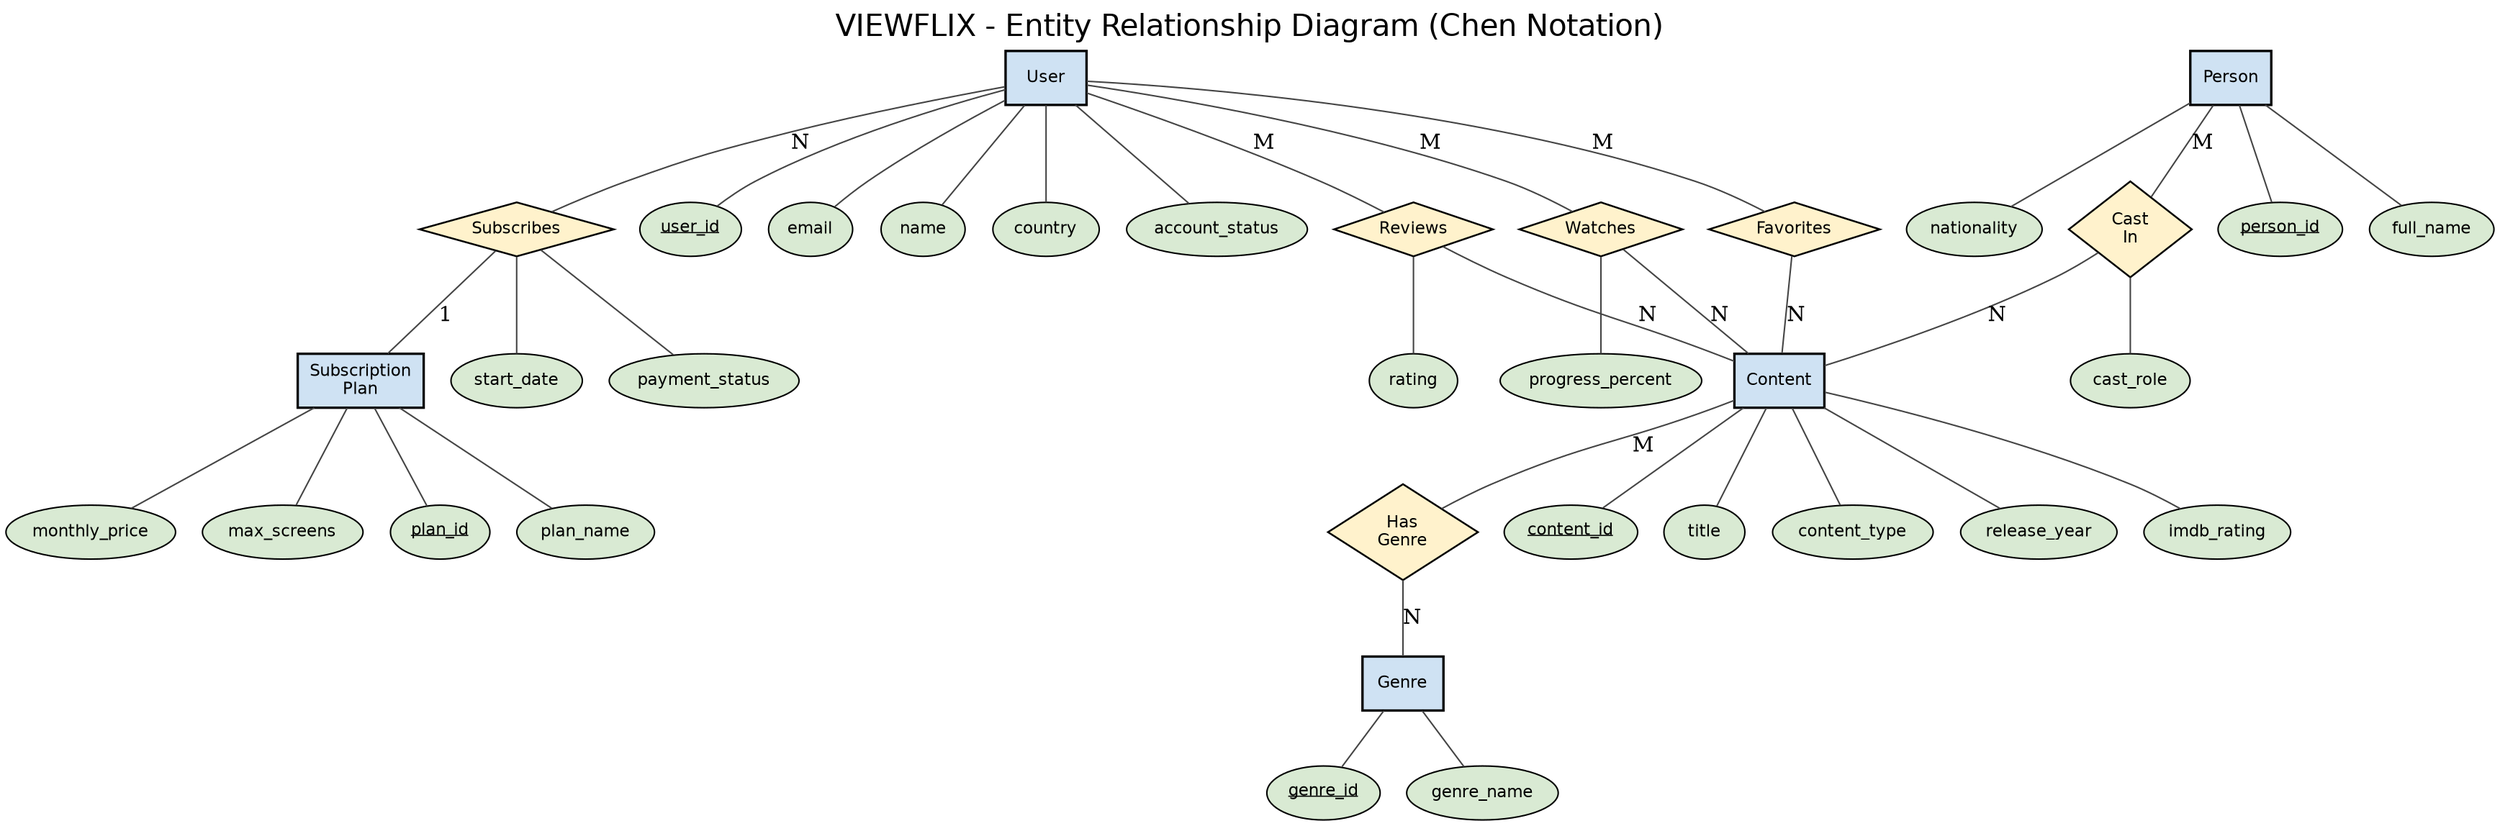
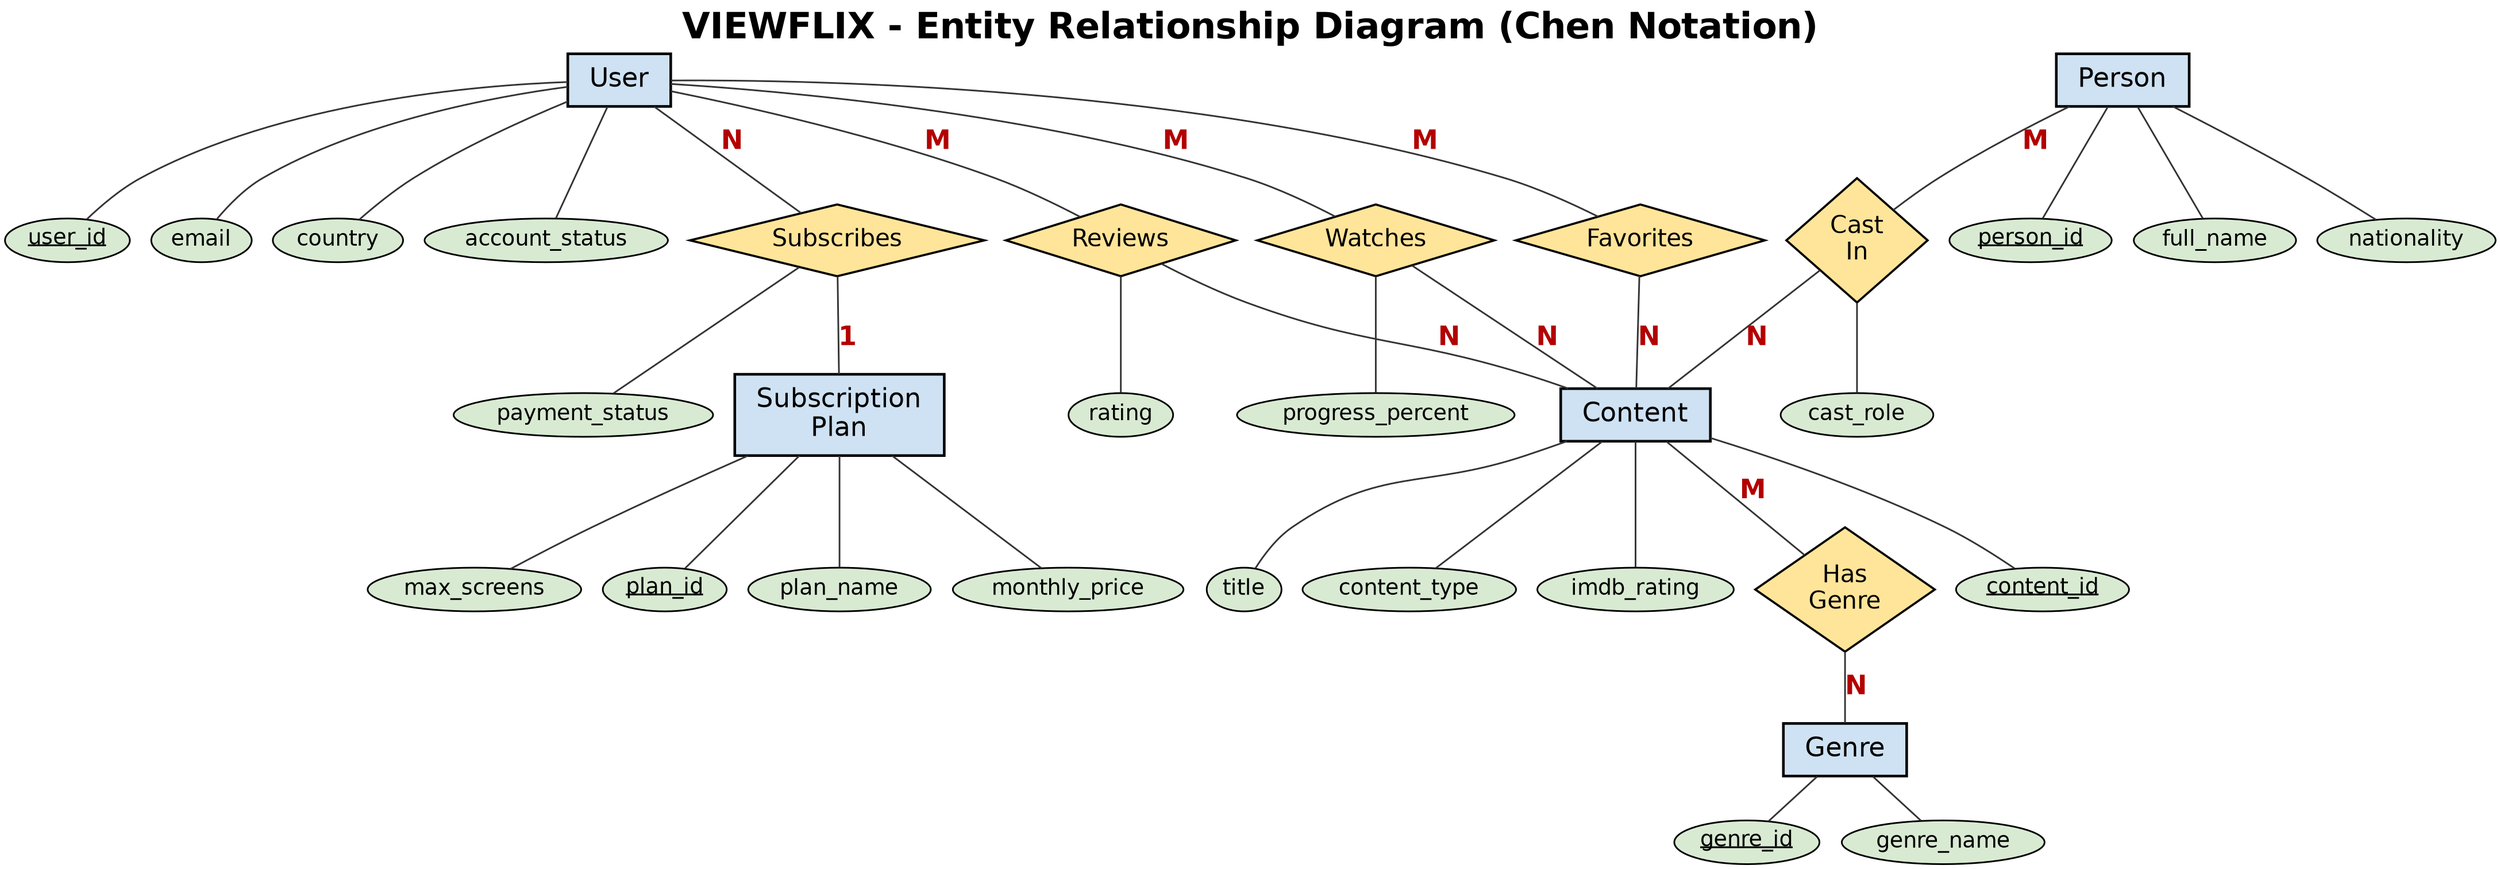
graph VIEWFLIX_ERD {
-   graph [splines=true, overlap=false, sep="+12", fontname="Helvetica", label="VIEWFLIX - Entity Relationship Diagram (Chen Notation)", labelloc="t", fontsize=20];
-   node  [fontname="Helvetica", fontsize=11];
-   edge  [dir=none, color="#444444"];
+   graph [splines=true, overlap=prism, sep="+45", fontname="Helvetica-Bold",
+          label="VIEWFLIX - Entity Relationship Diagram (Chen Notation)", labelloc="t", fontsize=30];
+   node  [fontname="Helvetica"];
+   edge  [dir=none, color="#333333", penwidth=1.4, fontname="Helvetica-Bold", fontsize=22, fontcolor="#b30000"];

  // ---------- Entities (rectangles) ----------
-   node [shape=box, style="filled,bold", fillcolor="#cfe2f3", penwidth=1.6];
+   node [shape=box, style="filled,bold", fillcolor="#cfe2f3", penwidth=2.2, fontsize=22, margin="0.25,0.14"];
  User; Content; Genre; Person; SubscriptionPlan [label="Subscription\nPlan"];

  // ---------- Relationships (diamonds) ----------
-   node [shape=diamond, style=filled, fillcolor="#fff2cc", penwidth=1.2];
+   node [shape=diamond, style=filled, fillcolor="#ffe599", penwidth=1.8, fontsize=20, margin="0.10,0.06"];
  R_sub  [label="Subscribes"];
  R_gen  [label="Has\nGenre"];
  R_cast [label="Cast\nIn"];
  R_watch[label="Watches"];
  R_rev  [label="Reviews"];
  R_fav  [label="Favorites"];

  // ---------- Attributes (ellipses; PK underlined) ----------
-   node [shape=ellipse, style=filled, fillcolor="#d9ead3", penwidth=1.0];
+   node [shape=ellipse, style=filled, fillcolor="#d9ead3", penwidth=1.4, fontsize=18, margin="0.06,0.04"];

-   // User attributes
  u_id   [label=<<U>user_id</U>>];
  u_mail [label="email"];
-   u_name [label="name"];
  u_ctry [label="country"];
  u_stat [label="account_status"];

-   // Content attributes
  c_id   [label=<<U>content_id</U>>];
  c_ttl  [label="title"];
  c_type [label="content_type"];
-   c_year [label="release_year"];
  c_imdb [label="imdb_rating"];

-   // Genre attributes
  g_id   [label=<<U>genre_id</U>>];
  g_name [label="genre_name"];

-   // Person attributes
  p_id   [label=<<U>person_id</U>>];
  p_name [label="full_name"];
  p_nat  [label="nationality"];

-   // Plan attributes
  pl_id   [label=<<U>plan_id</U>>];
  pl_name [label="plan_name"];
  pl_prc  [label="monthly_price"];
  pl_scr  [label="max_screens"];

  // Relationship attributes
-   sub_st  [label="start_date"];
  sub_pay [label="payment_status"];
  cc_role [label="cast_role"];
  w_prog  [label="progress_percent"];
  rv_rt   [label="rating"];

  // ---------- entity -> attribute edges ----------
-   User -- {u_id u_mail u_name u_ctry u_stat};
-   Content -- {c_id c_ttl c_type c_year c_imdb};
+   User -- {u_id u_mail u_ctry u_stat};
+   Content -- {c_id c_ttl c_type c_imdb};
  Genre -- {g_id g_name};
  Person -- {p_id p_name p_nat};
  SubscriptionPlan -- {pl_id pl_name pl_prc pl_scr};

  // ---------- relationship attribute edges ----------
-   R_sub  -- {sub_st sub_pay};
+   R_sub  -- sub_pay;
  R_cast -- cc_role;
  R_watch-- w_prog;
  R_rev  -- rv_rt;

  // ---------- entity -- relationship -- entity (with cardinality) ----------
  User -- R_sub   [label="N"];
  R_sub -- SubscriptionPlan [label="1"];

  Content -- R_gen [label="M"];
  R_gen -- Genre    [label="N"];

  Person -- R_cast [label="M"];
  R_cast -- Content [label="N"];

  User -- R_watch  [label="M"];
  R_watch -- Content [label="N"];

  User -- R_rev    [label="M"];
  R_rev -- Content  [label="N"];

  User -- R_fav    [label="M"];
  R_fav -- Content  [label="N"];
}
